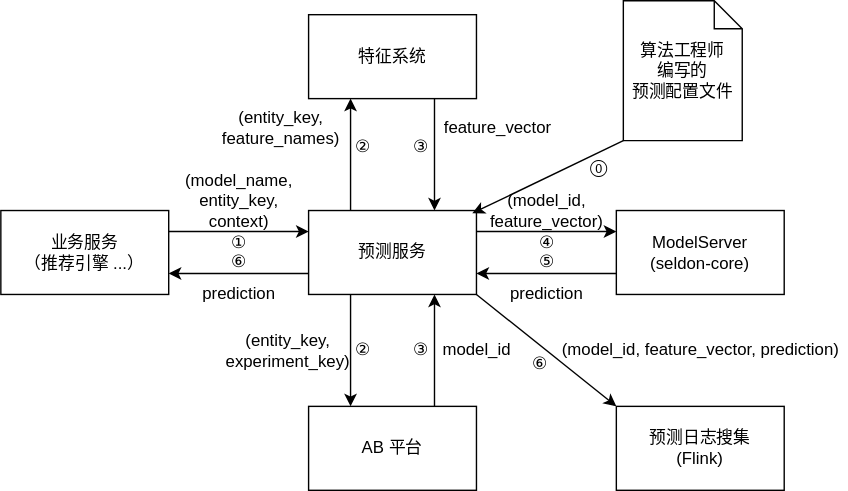
Earlier version of the draw.io export public/images/palfish-prediction-service-design/v2-architecture.svg (YikSanChan/site). Source tidied: cells renumbered, new cells last; positions are measured from the earlier drawing's top-left corner, leaving out a move shared by most shapes.
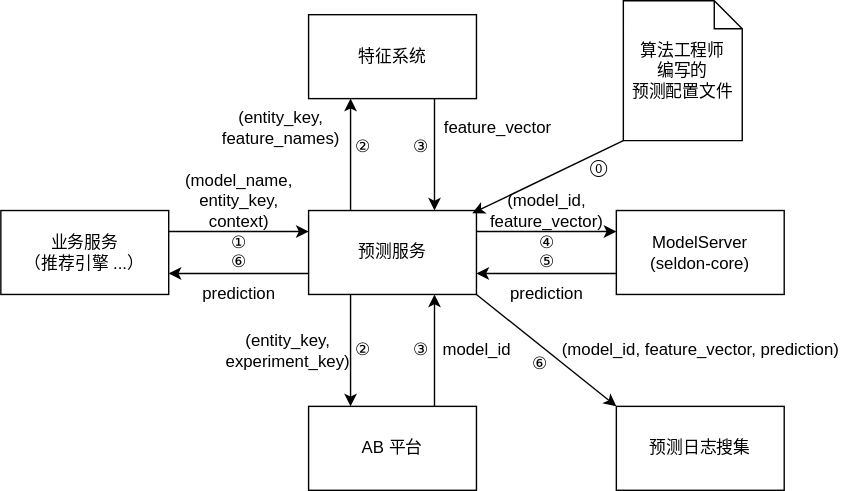
After the commit.

Diff of the diagram source:
```diff
@@ -89,7 +89,7 @@
     <mxCell id="30" value="⑥" style="text;html=1;align=center;verticalAlign=middle;strokeColor=none;" parent="1" vertex="1">
       <mxGeometry x="155" y="177" width="30" height="20" as="geometry" />
     </mxCell>
-    <mxCell id="31" value="预测日志搜集&lt;br&gt;(Flink)" style="rounded=0;whiteSpace=wrap;html=1;" parent="1" vertex="1">
+    <mxCell id="31" value="预测日志搜集" style="rounded=0;whiteSpace=wrap;html=1;" parent="1" vertex="1">
       <mxGeometry x="440" y="290" width="120" height="60" as="geometry" />
     </mxCell>
     <mxCell id="32" value="⑥" style="text;html=1;align=center;verticalAlign=middle;strokeColor=none;" parent="1" vertex="1">
```
